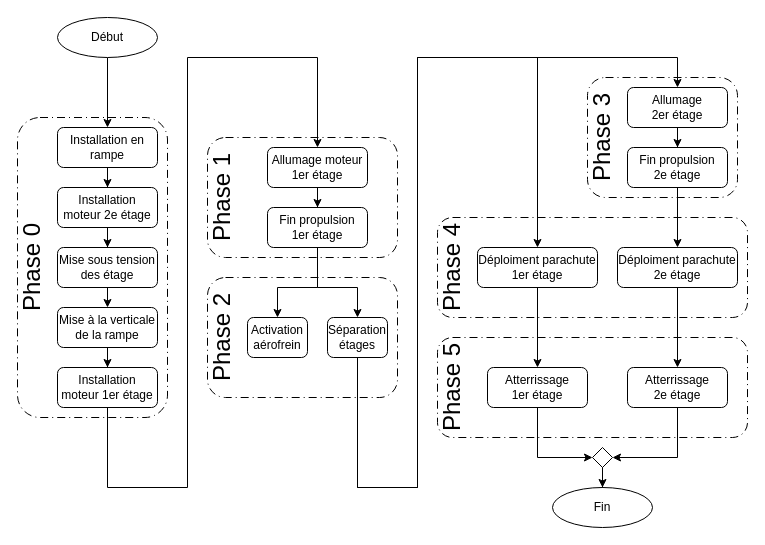
The draw.io diagram ARCHI/Phase_vol.drawio in povdoigt/SP-02, before the edit. Source tidied: cells renumbered, new cells numbered last; positions are measured from the earlier drawing's top-left corner, leaving out a move shared by most shapes. Both pictures are drawn from the tidied source at 100%, with x=0, y=0 at pixel (-23, 17).
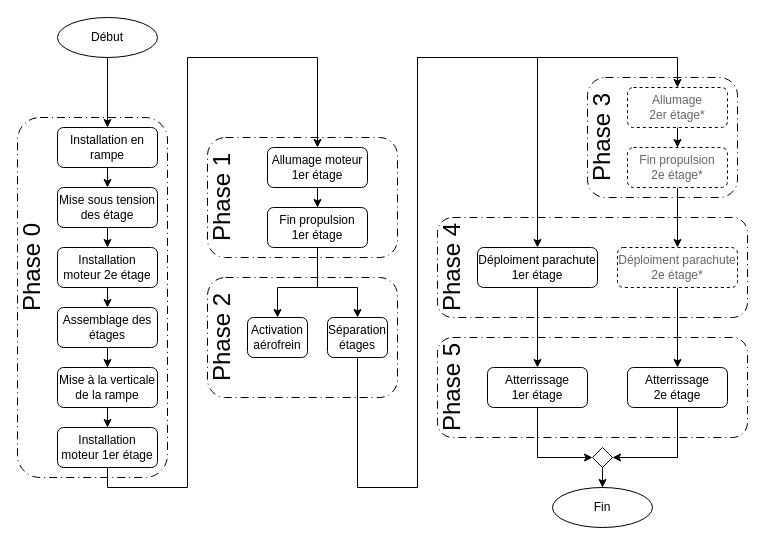
The same page after the edit.

Unchanged cells that the change refers to:
```xml
<mxCell id="5" value="Installation en rampe" style="rounded=1;whiteSpace=wrap;html=1;" parent="1" vertex="1">
  <mxGeometry x="80" y="110" width="100" height="40" as="geometry" />
</mxCell>
```

Diff of the diagram source:
```diff
@@
+    <mxCell id="43" style="rounded=1;whiteSpace=wrap;html=1;dashed=1;dashPattern=8 4 1 4;fillColor=none;" parent="1" vertex="1">
+      <mxGeometry x="460" y="200" width="310" height="100" as="geometry" />
+    </mxCell>
+    <mxCell id="41" style="rounded=1;whiteSpace=wrap;html=1;dashed=1;dashPattern=8 4 1 4;fillColor=none;" parent="1" vertex="1">
+      <mxGeometry x="610" y="60" width="150" height="120" as="geometry" />
+    </mxCell>
+    <mxCell id="14" style="rounded=1;whiteSpace=wrap;html=1;dashed=1;dashPattern=8 4 1 4;fillColor=none;" parent="1" vertex="1">
+      <mxGeometry x="40" y="100" width="150" height="360" as="geometry" />
+    </mxCell>
@@
-    <mxCell id="4" style="edgeStyle=orthogonalEdgeStyle;rounded=0;jettySize=auto;html=1;entryX=0.5;entryY=0;entryDx=0;entryDy=0;" parent="1" edge="1" source="5" target="7">
-      <mxGeometry relative="1" as="geometry" />
+    <mxCell id="4" style="edgeStyle=orthogonalEdgeStyle;rounded=0;jettySize=auto;html=1;entryX=0.5;entryY=0;entryDx=0;entryDy=0;" parent="1" edge="1" source="5">
+      <mxGeometry relative="1" as="geometry">
+        <mxPoint x="130" y="170" as="targetPoint" />
+      </mxGeometry>
     </mxCell>
@@
-    <mxCell id="6" style="edgeStyle=orthogonalEdgeStyle;rounded=0;jettySize=auto;html=1;entryX=0.5;entryY=0;entryDx=0;entryDy=0;" parent="1" edge="1" source="7" target="8">
-      <mxGeometry relative="1" as="geometry" />
+    <mxCell id="6" style="edgeStyle=orthogonalEdgeStyle;rounded=0;orthogonalLoop=1;jettySize=auto;html=1;entryX=0.5;entryY=0;entryDx=0;entryDy=0;" parent="1" edge="1">
+      <mxGeometry relative="1" as="geometry">
+        <mxPoint x="130" y="210" as="sourcePoint" />
+        <mxPoint x="130" y="230" as="targetPoint" />
+      </mxGeometry>
     </mxCell>
-    <mxCell id="7" value="Installation moteur 2e étage" style="rounded=1;whiteSpace=wrap;html=1;" parent="1" vertex="1">
-      <mxGeometry x="80" y="170" width="100" height="40" as="geometry" />
-    </mxCell>
-    <mxCell id="8" value="Mise sous tension des étage" style="rounded=1;whiteSpace=wrap;html=1;" parent="1" vertex="1">
-      <mxGeometry x="80" y="230" width="100" height="40" as="geometry" />
-    </mxCell>
-    <mxCell id="9" style="edgeStyle=orthogonalEdgeStyle;rounded=0;jettySize=auto;html=1;entryX=0.5;entryY=0;entryDx=0;entryDy=0;" parent="1" edge="1" source="10" target="12">
-      <mxGeometry relative="1" as="geometry" />
-    </mxCell>
+    <mxCell id="50" style="edgeStyle=orthogonalEdgeStyle;rounded=0;jettySize=auto;html=1;" parent="1" edge="1" source="10" target="52">
+      <mxGeometry relative="1" as="geometry" />
+    </mxCell>
-    <mxCell id="10" value="Mise à la verticale de la rampe" style="rounded=1;whiteSpace=wrap;html=1;" parent="1" vertex="1">
+    <mxCell id="10" value="Assemblage des étages" style="rounded=1;whiteSpace=wrap;html=1;" parent="1" vertex="1">
       <mxGeometry x="80" y="290" width="100" height="40" as="geometry" />
     </mxCell>
@@
     <mxCell id="12" value="Installation moteur 1er étage" style="rounded=1;whiteSpace=wrap;html=1;" parent="1" vertex="1">
-      <mxGeometry x="80" y="350" width="100" height="40" as="geometry" />
+      <mxGeometry x="80" y="410" width="100" height="40" as="geometry" />
     </mxCell>
-    <mxCell id="13" style="edgeStyle=orthogonalEdgeStyle;rounded=0;jettySize=auto;html=1;" parent="1" edge="1" source="8">
+    <mxCell id="13" style="edgeStyle=orthogonalEdgeStyle;rounded=0;orthogonalLoop=1;jettySize=auto;html=1;" parent="1" edge="1">
       <mxGeometry relative="1" as="geometry">
+        <mxPoint x="130" y="270" as="sourcePoint" />
         <mxPoint x="130" y="290" as="targetPoint" />
       </mxGeometry>
     </mxCell>
-    <mxCell id="14" style="rounded=1;whiteSpace=wrap;html=1;dashed=1;dashPattern=8 4 1 4;fillColor=none;" parent="1" vertex="1">
-      <mxGeometry x="40" y="100" width="150" height="300" as="geometry" />
-    </mxCell>
@@
-    <mxCell id="26" value="Allumage&lt;br&gt;2er étage" style="rounded=1;whiteSpace=wrap;html=1;" parent="1" vertex="1">
+    <mxCell id="26" value="Allumage&lt;br&gt;2er étage*" style="rounded=1;whiteSpace=wrap;html=1;dashed=1;fontColor=#000000;textOpacity=60;" parent="1" vertex="1">
       <mxGeometry x="650" y="70" width="100" height="40" as="geometry" />
     </mxCell>
@@
-    <mxCell id="32" value="Fin propulsion&lt;br&gt;2e étage" style="rounded=1;whiteSpace=wrap;html=1;" parent="1" vertex="1">
+    <mxCell id="32" value="Fin propulsion&lt;br&gt;2e étage*" style="rounded=1;whiteSpace=wrap;html=1;dashed=1;fontColor=#000000;textOpacity=60;" parent="1" vertex="1">
       <mxGeometry x="650" y="130" width="100" height="40" as="geometry" />
     </mxCell>
@@
-    <mxCell id="34" value="Déploiment parachute 2e étage" style="rounded=1;whiteSpace=wrap;html=1;" parent="1" vertex="1">
+    <mxCell id="34" value="Déploiment parachute 2e étage*" style="rounded=1;whiteSpace=wrap;html=1;dashed=1;fontColor=#000000;textOpacity=60;" parent="1" vertex="1">
       <mxGeometry x="640" y="230" width="120" height="40" as="geometry" />
     </mxCell>
@@
-    <mxCell id="41" style="rounded=1;whiteSpace=wrap;html=1;dashed=1;dashPattern=8 4 1 4;fillColor=none;" parent="1" vertex="1">
-      <mxGeometry x="610" y="60" width="150" height="120" as="geometry" />
-    </mxCell>
@@
-    <mxCell id="43" style="rounded=1;whiteSpace=wrap;html=1;dashed=1;dashPattern=8 4 1 4;fillColor=none;" parent="1" vertex="1">
-      <mxGeometry x="460" y="200" width="310" height="100" as="geometry" />
-    </mxCell>
@@
+    <mxCell id="7" value="Installation moteur 2e étage" style="rounded=1;whiteSpace=wrap;html=1;" parent="1" vertex="1">
+      <mxGeometry x="80" y="230" width="100" height="40" as="geometry" />
+    </mxCell>
+    <mxCell id="8" value="Mise sous tension des étage" style="rounded=1;whiteSpace=wrap;html=1;" parent="1" vertex="1">
+      <mxGeometry x="80" y="170" width="100" height="40" as="geometry" />
+    </mxCell>
+    <mxCell id="51" style="edgeStyle=orthogonalEdgeStyle;rounded=0;jettySize=auto;html=1;" parent="1" edge="1" source="52" target="12">
+      <mxGeometry relative="1" as="geometry" />
+    </mxCell>
+    <mxCell id="52" value="Mise à la verticale de la rampe" style="rounded=1;whiteSpace=wrap;html=1;" parent="1" vertex="1">
+      <mxGeometry x="80" y="350" width="100" height="40" as="geometry" />
+    </mxCell>
```
